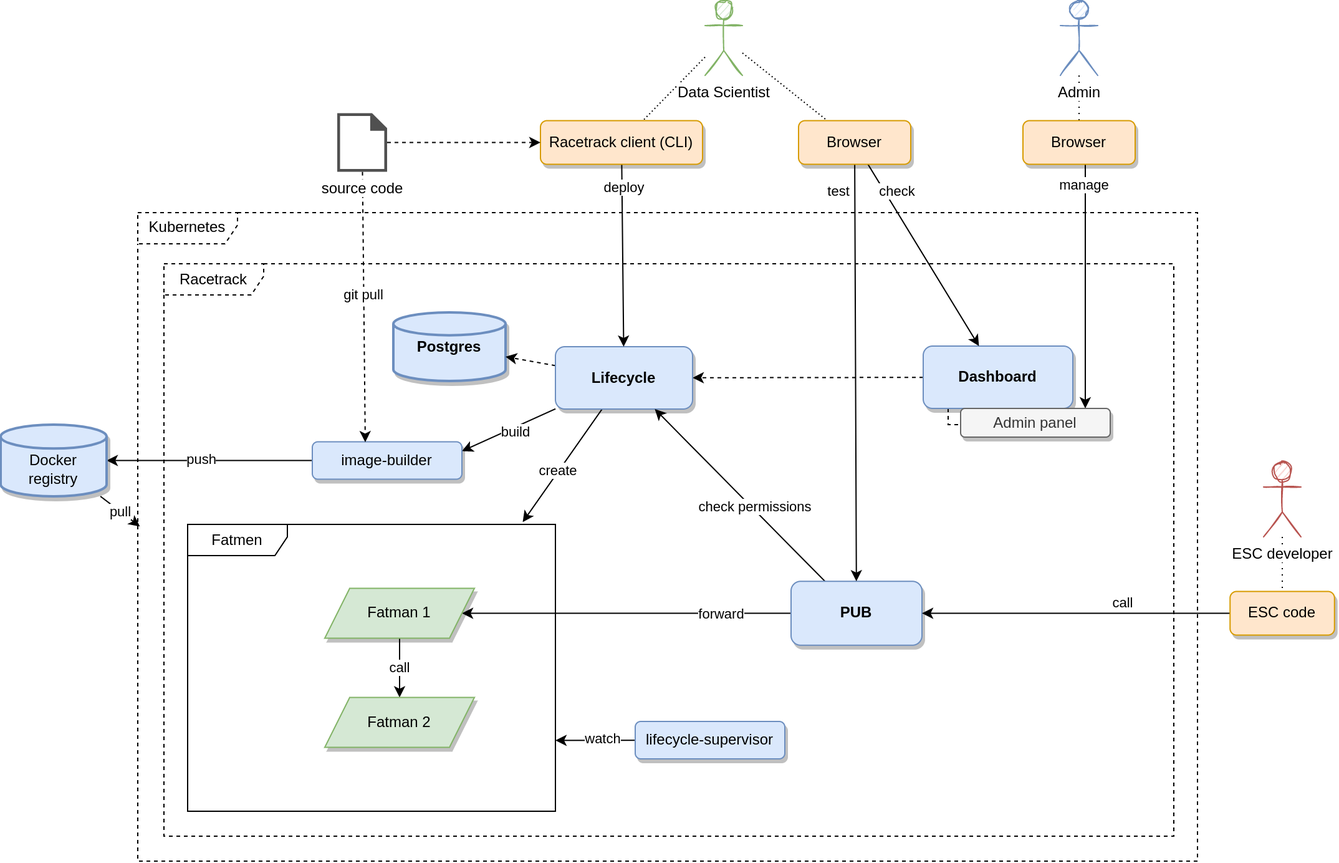
This is docs/assets/racetrack-components.drawio.png from TheRacetrack/racetrack, a draw.io export, as it was before one commit. Source tidied: cells renumbered, new cells last; positions are measured from the earlier drawing's top-left corner, leaving out a move shared by most shapes. The source it was exported from:
```xml
<mxGraphModel background="#FFFFFF">
  <root>
    <mxCell id="0" />
    <mxCell id="1" parent="0" />
    <mxCell id="2" value="Kubernetes" style="shape=umlFrame;whiteSpace=wrap;html=1;width=80;height=25;dashed=1;" parent="1" vertex="1">
      <mxGeometry x="110" y="170" width="850" height="520" as="geometry" />
    </mxCell>
    <mxCell id="3" value="Racetrack" style="shape=umlFrame;whiteSpace=wrap;html=1;width=80;height=25;dashed=1;" parent="1" vertex="1">
      <mxGeometry x="131" y="211" width="810" height="459" as="geometry" />
    </mxCell>
    <mxCell id="4" value="Fatmen" style="shape=umlFrame;whiteSpace=wrap;html=1;width=80;height=25;" parent="1" vertex="1">
      <mxGeometry x="150" y="420" width="295" height="230" as="geometry" />
    </mxCell>
    <mxCell id="5" style="edgeStyle=none;rounded=0;jettySize=auto;html=1;dashed=1;" parent="1" edge="1" source="7" target="14">
      <mxGeometry relative="1" as="geometry" />
    </mxCell>
    <mxCell id="6" style="edgeStyle=orthogonalEdgeStyle;rounded=0;jettySize=auto;html=1;dashed=1;endArrow=none;endFill=0;" parent="1" edge="1" source="7" target="50">
      <mxGeometry relative="1" as="geometry">
        <Array as="points">
          <mxPoint x="760" y="340" />
        </Array>
      </mxGeometry>
    </mxCell>
    <mxCell id="7" value="Dashboard" style="rounded=1;whiteSpace=wrap;html=1;fillColor=#dae8fc;strokeColor=#6c8ebf;fontStyle=1;shadow=1;" parent="1" vertex="1">
      <mxGeometry x="740" y="277" width="120" height="50" as="geometry" />
    </mxCell>
    <mxCell id="8" value="Postgres" style="strokeWidth=2;html=1;shape=mxgraph.flowchart.database;whiteSpace=wrap;fillColor=#dae8fc;strokeColor=#6c8ebf;fontStyle=1;shadow=1;" parent="1" vertex="1">
      <mxGeometry x="315" y="250" width="90" height="55" as="geometry" />
    </mxCell>
    <mxCell id="9" style="rounded=0;jettySize=auto;html=1;entryX=1;entryY=0.25;entryDx=0;entryDy=0;" parent="1" edge="1" source="14" target="22">
      <mxGeometry relative="1" as="geometry" />
    </mxCell>
    <mxCell id="10" value="build" style="edgeLabel;html=1;align=center;verticalAlign=middle;" parent="9" vertex="1">
      <mxGeometry x="0.08" y="-1" relative="1" as="geometry">
        <mxPoint x="8" y="1" as="offset" />
      </mxGeometry>
    </mxCell>
    <mxCell id="11" style="edgeStyle=none;rounded=0;jettySize=auto;html=1;entryX=0.911;entryY=-0.008;entryDx=0;entryDy=0;entryPerimeter=0;" parent="1" edge="1" source="14" target="4">
      <mxGeometry relative="1" as="geometry" />
    </mxCell>
    <mxCell id="12" value="create" style="edgeLabel;html=1;align=center;verticalAlign=middle;" parent="11" vertex="1">
      <mxGeometry x="0.11" y="-1" relative="1" as="geometry" />
    </mxCell>
    <mxCell id="13" style="edgeStyle=none;rounded=0;jettySize=auto;html=1;dashed=1;" parent="1" edge="1" source="14" target="8">
      <mxGeometry relative="1" as="geometry" />
    </mxCell>
    <mxCell id="14" value="Lifecycle" style="rounded=1;whiteSpace=wrap;html=1;fillColor=#dae8fc;strokeColor=#6c8ebf;fontStyle=1;shadow=1;sketch=0;glass=0;" parent="1" vertex="1">
      <mxGeometry x="445" y="277.5" width="110" height="50" as="geometry" />
    </mxCell>
    <mxCell id="15" style="edgeStyle=none;rounded=0;jettySize=auto;html=1;" parent="1" edge="1" source="19" target="33">
      <mxGeometry relative="1" as="geometry" />
    </mxCell>
    <mxCell id="16" value="forward" style="edgeLabel;html=1;align=center;verticalAlign=middle;" parent="15" vertex="1">
      <mxGeometry x="-0.57" relative="1" as="geometry" />
    </mxCell>
    <mxCell id="17" style="edgeStyle=none;rounded=0;jettySize=auto;html=1;" parent="1" edge="1" source="19" target="14">
      <mxGeometry relative="1" as="geometry" />
    </mxCell>
    <mxCell id="18" value="check permissions" style="edgeLabel;html=1;align=center;verticalAlign=middle;" parent="17" vertex="1">
      <mxGeometry x="-0.15" y="-2" relative="1" as="geometry" />
    </mxCell>
    <mxCell id="19" value="PUB" style="rounded=1;whiteSpace=wrap;html=1;fillColor=#dae8fc;strokeColor=#6c8ebf;fontStyle=1;shadow=1;" parent="1" vertex="1">
      <mxGeometry x="634" y="465.6" width="105" height="51.2" as="geometry" />
    </mxCell>
    <mxCell id="20" style="rounded=0;jettySize=auto;html=1;" parent="1" edge="1" source="22" target="49">
      <mxGeometry relative="1" as="geometry" />
    </mxCell>
    <mxCell id="21" value="push" style="edgeLabel;html=1;align=center;verticalAlign=middle;" parent="20" vertex="1">
      <mxGeometry x="0.08" y="-1" relative="1" as="geometry" />
    </mxCell>
    <mxCell id="22" value="image-builder" style="rounded=1;whiteSpace=wrap;html=1;fillColor=#dae8fc;strokeColor=#6c8ebf;shadow=1;" parent="1" vertex="1">
      <mxGeometry x="250" y="353.8" width="120" height="30" as="geometry" />
    </mxCell>
    <mxCell id="23" style="rounded=0;jettySize=auto;html=1;entryX=1;entryY=0.64;entryDx=0;entryDy=0;entryPerimeter=0;endArrow=classic;endFill=1;" parent="1" edge="1" source="55">
      <mxGeometry relative="1" as="geometry">
        <mxPoint x="445" y="593.2" as="targetPoint" />
      </mxGeometry>
    </mxCell>
    <mxCell id="24" value="watch" style="edgeLabel;html=1;align=center;verticalAlign=middle;" parent="23" vertex="1">
      <mxGeometry x="-0.47" y="1" relative="1" as="geometry">
        <mxPoint x="-10" y="-2" as="offset" />
      </mxGeometry>
    </mxCell>
    <mxCell id="25" style="edgeStyle=none;rounded=0;jettySize=auto;html=1;dashed=1;endArrow=none;endFill=0;dashPattern=1 2;" parent="1" edge="1" source="27" target="41">
      <mxGeometry relative="1" as="geometry" />
    </mxCell>
    <mxCell id="26" style="edgeStyle=none;rounded=0;jettySize=auto;html=1;dashed=1;endArrow=none;endFill=0;dashPattern=1 2;" parent="1" edge="1" source="27" target="44">
      <mxGeometry relative="1" as="geometry" />
    </mxCell>
    <mxCell id="27" value="Data Scientist" style="shape=umlActor;verticalLabelPosition=bottom;verticalAlign=top;html=1;outlineConnect=0;fillColor=#d5e8d4;strokeColor=#82b366;sketch=1;fontStyle=0;strokeWidth=1;labelBackgroundColor=default;" parent="1" vertex="1">
      <mxGeometry x="565" width="30" height="60" as="geometry" />
    </mxCell>
    <mxCell id="28" style="edgeStyle=none;rounded=0;jettySize=auto;html=1;dashed=1;endArrow=none;endFill=0;dashPattern=1 4;" parent="1" edge="1" source="29" target="37">
      <mxGeometry relative="1" as="geometry" />
    </mxCell>
    <mxCell id="29" value="Admin" style="shape=umlActor;verticalLabelPosition=bottom;verticalAlign=top;html=1;outlineConnect=0;fillColor=#dae8fc;strokeColor=#6c8ebf;sketch=1;labelBackgroundColor=default;" parent="1" vertex="1">
      <mxGeometry x="850" width="30" height="60" as="geometry" />
    </mxCell>
    <mxCell id="30" style="edgeStyle=none;rounded=0;jettySize=auto;html=1;dashed=1;endArrow=none;endFill=0;dashPattern=1 4;" parent="1" edge="1" source="31" target="47">
      <mxGeometry relative="1" as="geometry" />
    </mxCell>
    <mxCell id="31" value="ESC developer" style="shape=umlActor;verticalLabelPosition=bottom;verticalAlign=top;html=1;outlineConnect=0;fillColor=#f8cecc;strokeColor=#b85450;sketch=1;shadow=0;labelBackgroundColor=default;" parent="1" vertex="1">
      <mxGeometry x="1013" y="370" width="30" height="60" as="geometry" />
    </mxCell>
    <mxCell id="32" value="call" style="edgeStyle=none;rounded=0;jettySize=auto;html=1;" parent="1" edge="1" source="33" target="34">
      <mxGeometry relative="1" as="geometry" />
    </mxCell>
    <mxCell id="33" value="Fatman 1" style="shape=parallelogram;perimeter=parallelogramPerimeter;whiteSpace=wrap;html=1;fixedSize=1;fillColor=#d5e8d4;strokeColor=#82b366;shadow=1;" parent="1" vertex="1">
      <mxGeometry x="260" y="471.2" width="120" height="40" as="geometry" />
    </mxCell>
    <mxCell id="34" value="Fatman 2" style="shape=parallelogram;perimeter=parallelogramPerimeter;whiteSpace=wrap;html=1;fixedSize=1;fillColor=#d5e8d4;strokeColor=#82b366;shadow=1;" parent="1" vertex="1">
      <mxGeometry x="260" y="558.8" width="120" height="40" as="geometry" />
    </mxCell>
    <mxCell id="35" style="edgeStyle=orthogonalEdgeStyle;rounded=0;jettySize=auto;html=1;" parent="1" edge="1" source="37" target="50">
      <mxGeometry relative="1" as="geometry">
        <Array as="points">
          <mxPoint x="870" y="170" />
          <mxPoint x="870" y="170" />
        </Array>
      </mxGeometry>
    </mxCell>
    <mxCell id="36" value="manage" style="edgeLabel;html=1;align=center;verticalAlign=middle;" parent="35" vertex="1">
      <mxGeometry x="0.33" y="-1" relative="1" as="geometry">
        <mxPoint y="-114" as="offset" />
      </mxGeometry>
    </mxCell>
    <mxCell id="37" value="Browser" style="rounded=1;whiteSpace=wrap;html=1;fillColor=#ffe6cc;strokeColor=#d79b00;shadow=1;" parent="1" vertex="1">
      <mxGeometry x="820" y="96.2" width="90" height="35" as="geometry" />
    </mxCell>
    <mxCell id="38" style="edgeStyle=none;rounded=0;jettySize=auto;html=1;" parent="1" edge="1" source="41" target="7">
      <mxGeometry relative="1" as="geometry" />
    </mxCell>
    <mxCell id="39" value="check" style="edgeLabel;html=1;align=center;verticalAlign=middle;" parent="38" vertex="1">
      <mxGeometry x="-0.28" y="1" relative="1" as="geometry">
        <mxPoint x="-10" y="-31" as="offset" />
      </mxGeometry>
    </mxCell>
    <mxCell id="40" value="test" style="edgeStyle=none;rounded=0;jettySize=auto;html=1;endArrow=classic;endFill=1;" parent="1" edge="1" source="41" target="19">
      <mxGeometry x="-0.87" y="-13" relative="1" as="geometry" />
    </mxCell>
    <mxCell id="41" value="Browser" style="rounded=1;whiteSpace=wrap;html=1;fillColor=#ffe6cc;strokeColor=#d79b00;shadow=1;" parent="1" vertex="1">
      <mxGeometry x="640" y="96.2" width="90" height="35" as="geometry" />
    </mxCell>
    <mxCell id="42" style="rounded=0;jettySize=auto;html=1;" parent="1" edge="1" source="44" target="14">
      <mxGeometry relative="1" as="geometry" />
    </mxCell>
    <mxCell id="43" value="deploy" style="edgeLabel;html=1;align=center;verticalAlign=middle;" parent="42" vertex="1">
      <mxGeometry x="0.3" y="1" relative="1" as="geometry">
        <mxPoint x="-1" y="-76" as="offset" />
      </mxGeometry>
    </mxCell>
    <mxCell id="44" value="Racetrack client (CLI)" style="rounded=1;whiteSpace=wrap;html=1;fillColor=#ffe6cc;strokeColor=#d79b00;shadow=1;" parent="1" vertex="1">
      <mxGeometry x="433" y="96.2" width="130" height="35" as="geometry" />
    </mxCell>
    <mxCell id="45" style="edgeStyle=none;rounded=0;jettySize=auto;html=1;" parent="1" edge="1" source="47" target="19">
      <mxGeometry relative="1" as="geometry" />
    </mxCell>
    <mxCell id="46" value="call" style="edgeLabel;html=1;align=center;verticalAlign=middle;" parent="45" vertex="1">
      <mxGeometry x="-0.04" relative="1" as="geometry">
        <mxPoint x="32" y="-9" as="offset" />
      </mxGeometry>
    </mxCell>
    <mxCell id="47" value="ESC code" style="rounded=1;whiteSpace=wrap;html=1;fillColor=#ffe6cc;strokeColor=#d79b00;shadow=1;" parent="1" vertex="1">
      <mxGeometry x="986.1" y="473.8" width="83.8" height="35" as="geometry" />
    </mxCell>
    <mxCell id="48" value="pull" style="edgeStyle=none;rounded=0;jettySize=auto;html=1;entryX=0.002;entryY=0.484;entryDx=0;entryDy=0;entryPerimeter=0;endArrow=classic;endFill=1;" parent="1" edge="1" source="49" target="2">
      <mxGeometry relative="1" as="geometry" />
    </mxCell>
    <mxCell id="49" value="&lt;br&gt;Docker&lt;br&gt;registry" style="strokeWidth=2;html=1;shape=mxgraph.flowchart.database;whiteSpace=wrap;fillColor=#dae8fc;strokeColor=#6c8ebf;shadow=1;" parent="1" vertex="1">
      <mxGeometry y="340" width="85" height="57.5" as="geometry" />
    </mxCell>
    <mxCell id="50" value="Admin panel" style="rounded=1;whiteSpace=wrap;html=1;fillColor=#f5f5f5;strokeColor=#666666;fontStyle=0;shadow=1;fontColor=#333333;" parent="1" vertex="1">
      <mxGeometry x="770" y="327" width="120" height="23" as="geometry" />
    </mxCell>
    <mxCell id="51" style="edgeStyle=none;rounded=0;jettySize=auto;html=1;dashed=1;endArrow=classic;endFill=1;" parent="1" edge="1" source="54" target="44">
      <mxGeometry relative="1" as="geometry" />
    </mxCell>
    <mxCell id="52" style="edgeStyle=none;rounded=0;jettySize=auto;html=1;dashed=1;endArrow=classic;endFill=1;entryX=0.354;entryY=0.012;entryDx=0;entryDy=0;entryPerimeter=0;" parent="1" edge="1" source="54" target="22">
      <mxGeometry relative="1" as="geometry" />
    </mxCell>
    <mxCell id="53" value="git pull" style="edgeLabel;html=1;align=center;verticalAlign=middle;" parent="52" vertex="1">
      <mxGeometry x="-0.09" y="-1" relative="1" as="geometry" />
    </mxCell>
    <mxCell id="54" value="source code" style="sketch=0;shadow=0;dashed=0;html=1;strokeColor=none;fillColor=#505050;labelPosition=center;verticalLabelPosition=bottom;verticalAlign=top;outlineConnect=0;align=center;shape=mxgraph.office.concepts.document_blank;labelBackgroundColor=default;" parent="1" vertex="1">
      <mxGeometry x="270" y="90.2" width="40" height="47" as="geometry" />
    </mxCell>
    <mxCell id="55" value="lifecycle-supervisor" style="rounded=1;whiteSpace=wrap;html=1;fillColor=#dae8fc;strokeColor=#6c8ebf;shadow=1;" parent="1" vertex="1">
      <mxGeometry x="509" y="578" width="120" height="30" as="geometry" />
    </mxCell>
  </root>
</mxGraphModel>
```
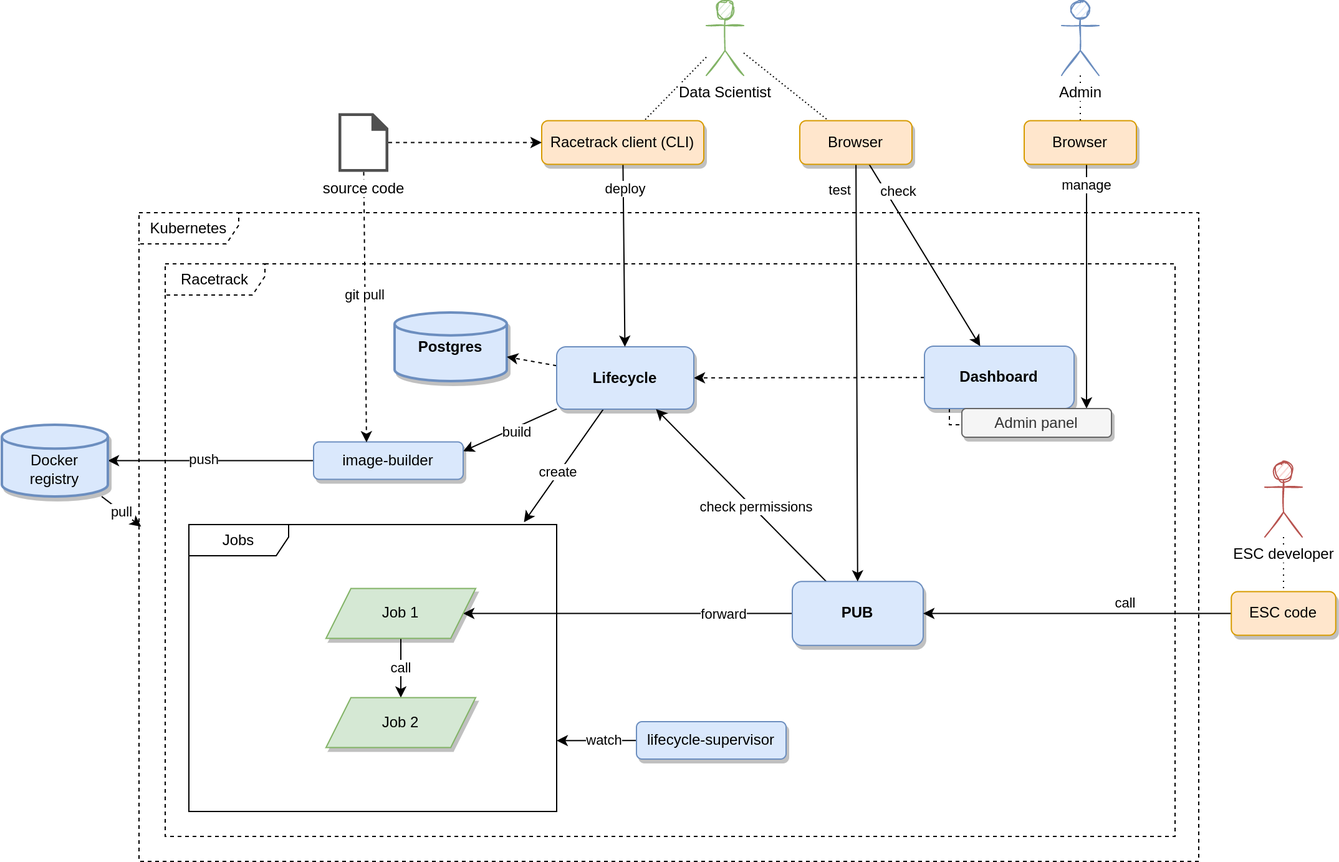
The same file after the commit.

Commit message:
Update other screenshots

Diff of the diagram source:
```diff
@@ -8,7 +8,7 @@
     <mxCell id="3" value="Racetrack" style="shape=umlFrame;whiteSpace=wrap;html=1;width=80;height=25;dashed=1;" parent="1" vertex="1">
       <mxGeometry x="131" y="211" width="810" height="459" as="geometry" />
     </mxCell>
-    <mxCell id="4" value="Fatmen" style="shape=umlFrame;whiteSpace=wrap;html=1;width=80;height=25;" parent="1" vertex="1">
+    <mxCell id="4" value="Jobs" style="shape=umlFrame;whiteSpace=wrap;html=1;width=80;height=25;" parent="1" vertex="1">
       <mxGeometry x="150" y="420" width="295" height="230" as="geometry" />
     </mxCell>
     <mxCell id="5" style="edgeStyle=none;rounded=0;jettySize=auto;html=1;dashed=1;" parent="1" edge="1" source="7" target="14">
@@ -105,10 +105,10 @@
     <mxCell id="32" value="call" style="edgeStyle=none;rounded=0;jettySize=auto;html=1;" parent="1" edge="1" source="33" target="34">
       <mxGeometry relative="1" as="geometry" />
     </mxCell>
-    <mxCell id="33" value="Fatman 1" style="shape=parallelogram;perimeter=parallelogramPerimeter;whiteSpace=wrap;html=1;fixedSize=1;fillColor=#d5e8d4;strokeColor=#82b366;shadow=1;" parent="1" vertex="1">
+    <mxCell id="33" value="Job 1" style="shape=parallelogram;perimeter=parallelogramPerimeter;whiteSpace=wrap;html=1;fixedSize=1;fillColor=#d5e8d4;strokeColor=#82b366;shadow=1;" parent="1" vertex="1">
       <mxGeometry x="260" y="471.2" width="120" height="40" as="geometry" />
     </mxCell>
-    <mxCell id="34" value="Fatman 2" style="shape=parallelogram;perimeter=parallelogramPerimeter;whiteSpace=wrap;html=1;fixedSize=1;fillColor=#d5e8d4;strokeColor=#82b366;shadow=1;" parent="1" vertex="1">
+    <mxCell id="34" value="Job 2" style="shape=parallelogram;perimeter=parallelogramPerimeter;whiteSpace=wrap;html=1;fixedSize=1;fillColor=#d5e8d4;strokeColor=#82b366;shadow=1;" parent="1" vertex="1">
       <mxGeometry x="260" y="558.8" width="120" height="40" as="geometry" />
     </mxCell>
     <mxCell id="35" style="edgeStyle=orthogonalEdgeStyle;rounded=0;jettySize=auto;html=1;" parent="1" edge="1" source="37" target="50">
```
